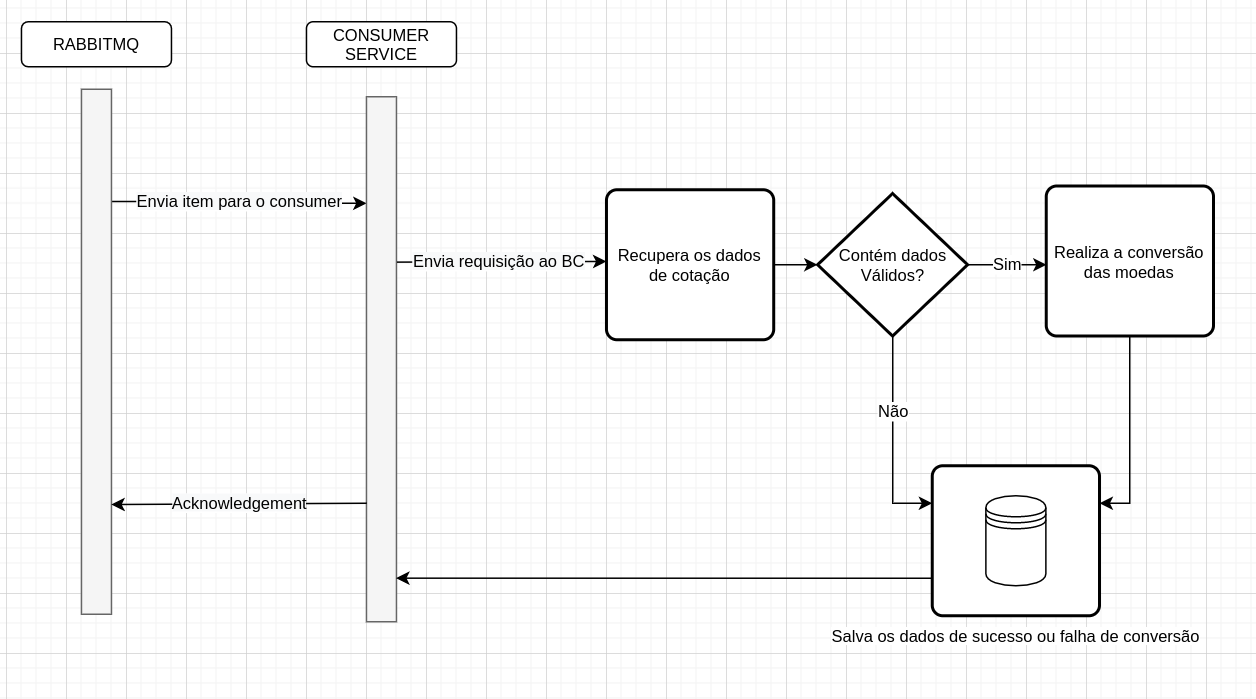
Above: documentacao/Rabbit-Consumer.png in veniciosribeiro/cortex (draw.io), before the change. Source tidied: cells renumbered, new cells last; positions are measured from the earlier drawing's top-left corner, leaving out a move shared by most shapes. The source it was exported from:
```xml
<mxGraphModel>
  <root>
    <mxCell id="0" />
    <mxCell id="1" parent="0" />
    <mxCell id="2" value="&lt;meta charset=&quot;utf-8&quot;&gt;&lt;span style=&quot;color: rgb(0, 0, 0); font-family: helvetica; font-size: 11px; font-style: normal; font-weight: 400; letter-spacing: normal; text-align: left; text-indent: 0px; text-transform: none; word-spacing: 0px; background-color: rgb(248, 249, 250); display: inline; float: none;&quot;&gt;Envia item para o consumer&lt;/span&gt;" style="edgeStyle=orthogonalEdgeStyle;rounded=0;jettySize=auto;html=1;fontSize=11;exitX=0.95;exitY=0.214;exitDx=0;exitDy=0;exitPerimeter=0;entryX=0.006;entryY=0.203;entryDx=0;entryDy=0;entryPerimeter=0;" parent="1" edge="1" source="13" target="3">
      <mxGeometry relative="1" as="geometry" />
    </mxCell>
    <mxCell id="3" style="rounded=0;whiteSpace=wrap;html=1;fillColor=#f5f5f5;strokeColor=#666666;fontColor=#333333;" parent="1" vertex="1">
      <mxGeometry x="229.8" y="50" width="20" height="350" as="geometry" />
    </mxCell>
    <mxCell id="4" value="CONSUMER SERVICE" style="rounded=1;whiteSpace=wrap;html=1;fontSize=11;" parent="1" vertex="1">
      <mxGeometry x="189.8" width="100" height="30" as="geometry" />
    </mxCell>
    <mxCell id="5" value="&lt;span style=&quot;color: rgb(0 , 0 , 0) ; font-family: &amp;#34;helvetica&amp;#34; ; font-size: 11px ; font-style: normal ; font-weight: 400 ; letter-spacing: normal ; text-align: left ; text-indent: 0px ; text-transform: none ; word-spacing: 0px ; background-color: rgb(248 , 249 , 250) ; display: inline ; float: none&quot;&gt;Envia requisição ao BC&lt;/span&gt;" style="endArrow=classic;html=1;fontSize=11;exitX=1.017;exitY=0.315;exitDx=0;exitDy=0;exitPerimeter=0;entryX=0;entryY=0.478;entryDx=0;entryDy=0;entryPerimeter=0;" parent="1" edge="1">
      <mxGeometry x="-0.03" relative="1" as="geometry">
        <mxPoint x="250.2" y="160.2" as="sourcePoint" />
        <mxPoint x="389.8" y="159.8" as="targetPoint" />
      </mxGeometry>
    </mxCell>
    <mxCell id="6" style="edgeStyle=orthogonalEdgeStyle;rounded=0;jettySize=auto;html=1;entryX=0;entryY=0.5;entryDx=0;entryDy=0;entryPerimeter=0;fontSize=11;" parent="1" edge="1" source="7" target="19">
      <mxGeometry relative="1" as="geometry" />
    </mxCell>
    <mxCell id="7" value="Recupera os dados de cotação" style="rounded=1;whiteSpace=wrap;html=1;absoluteArcSize=1;arcSize=14;strokeWidth=2;fontSize=11;align=center;" parent="1" vertex="1">
      <mxGeometry x="389.8" y="112" width="111.5" height="100" as="geometry" />
    </mxCell>
    <mxCell id="8" style="edgeStyle=orthogonalEdgeStyle;rounded=0;jettySize=auto;html=1;entryX=1;entryY=0.25;entryDx=0;entryDy=0;fontSize=11;" parent="1" edge="1" source="9" target="11">
      <mxGeometry relative="1" as="geometry" />
    </mxCell>
    <mxCell id="9" value="Realiza a conversão das moedas" style="rounded=1;whiteSpace=wrap;html=1;absoluteArcSize=1;arcSize=14;strokeWidth=2;fontSize=11;align=center;" parent="1" vertex="1">
      <mxGeometry x="683" y="109.5" width="111.5" height="100" as="geometry" />
    </mxCell>
    <mxCell id="10" style="group;" parent="1" vertex="1">
      <mxGeometry x="607" y="270" width="111.5" height="100" as="geometry" />
    </mxCell>
    <mxCell id="11" style="rounded=1;whiteSpace=wrap;html=1;absoluteArcSize=1;arcSize=14;strokeWidth=2;fontSize=11;align=center;" parent="10" vertex="1">
      <mxGeometry y="26" width="111.5" height="100" as="geometry" />
    </mxCell>
    <mxCell id="12" style="shape=datastore;labelBackgroundColor=#99CCFF;labelBorderColor=none;whiteSpace=wrap;html=1;" parent="10" vertex="1">
      <mxGeometry x="35.8" y="46" width="40" height="60" as="geometry" />
    </mxCell>
    <mxCell id="13" style="rounded=0;whiteSpace=wrap;html=1;fillColor=#f5f5f5;strokeColor=#666666;fontColor=#333333;" parent="1" vertex="1">
      <mxGeometry x="39.8" y="45" width="20" height="350" as="geometry" />
    </mxCell>
    <mxCell id="14" value="RABBITMQ" style="rounded=1;whiteSpace=wrap;html=1;fontSize=11;" parent="1" vertex="1">
      <mxGeometry x="-0.2" width="100" height="30" as="geometry" />
    </mxCell>
    <mxCell id="15" value="&lt;meta charset=&quot;utf-8&quot;&gt;&lt;span style=&quot;color: rgb(0, 0, 0); font-family: helvetica; font-size: 11px; font-style: normal; font-weight: 400; letter-spacing: normal; text-align: left; text-indent: 0px; text-transform: none; word-spacing: 0px; background-color: rgb(248, 249, 250); display: inline; float: none;&quot;&gt;Acknowledgement&lt;/span&gt;" style="endArrow=classic;html=1;fontSize=11;entryX=0.993;entryY=0.791;entryDx=0;entryDy=0;entryPerimeter=0;" parent="1" edge="1" target="13">
      <mxGeometry relative="1" as="geometry">
        <mxPoint x="230" y="321" as="sourcePoint" />
      </mxGeometry>
    </mxCell>
    <mxCell id="16" style="edgeStyle=orthogonalEdgeStyle;rounded=0;jettySize=auto;html=1;entryX=0.002;entryY=0.525;entryDx=0;entryDy=0;fontSize=11;entryPerimeter=0;" parent="1" edge="1" source="19" target="9">
      <mxGeometry relative="1" as="geometry" />
    </mxCell>
    <mxCell id="17" value="Sim" style="edgeLabel;html=1;align=center;verticalAlign=middle;fontSize=11;" parent="16" vertex="1">
      <mxGeometry x="0.05" relative="1" as="geometry">
        <mxPoint x="-1.6" as="offset" />
      </mxGeometry>
    </mxCell>
    <mxCell id="18" value="Não" style="edgeStyle=orthogonalEdgeStyle;rounded=0;jettySize=auto;html=1;entryX=0;entryY=0.25;entryDx=0;entryDy=0;fontSize=11;" parent="1" edge="1" source="19" target="11">
      <mxGeometry x="-0.27" relative="1" as="geometry" />
    </mxCell>
    <mxCell id="19" value="Contém dados Válidos?" style="strokeWidth=2;html=1;shape=mxgraph.flowchart.decision;whiteSpace=wrap;fontSize=11;" parent="1" vertex="1">
      <mxGeometry x="530.6" y="114.5" width="100" height="95" as="geometry" />
    </mxCell>
    <mxCell id="20" value="&lt;span style=&quot;font-family: helvetica; background-color: rgb(255, 255, 255);&quot;&gt;Salva os dados de sucesso ou falha de conversão&lt;/span&gt;" style="text;html=1;strokeColor=none;fillColor=none;align=center;verticalAlign=middle;whiteSpace=wrap;rounded=0;fontSize=11;" parent="1" vertex="1">
      <mxGeometry x="537.8" y="395" width="250" height="30" as="geometry" />
    </mxCell>
    <mxCell id="21" style="edgeStyle=orthogonalEdgeStyle;rounded=0;jettySize=auto;html=1;entryX=0.985;entryY=0.917;entryDx=0;entryDy=0;entryPerimeter=0;fontSize=11;exitX=0;exitY=0.75;exitDx=0;exitDy=0;" parent="1" edge="1" source="11" target="3">
      <mxGeometry relative="1" as="geometry" />
    </mxCell>
  </root>
</mxGraphModel>
```
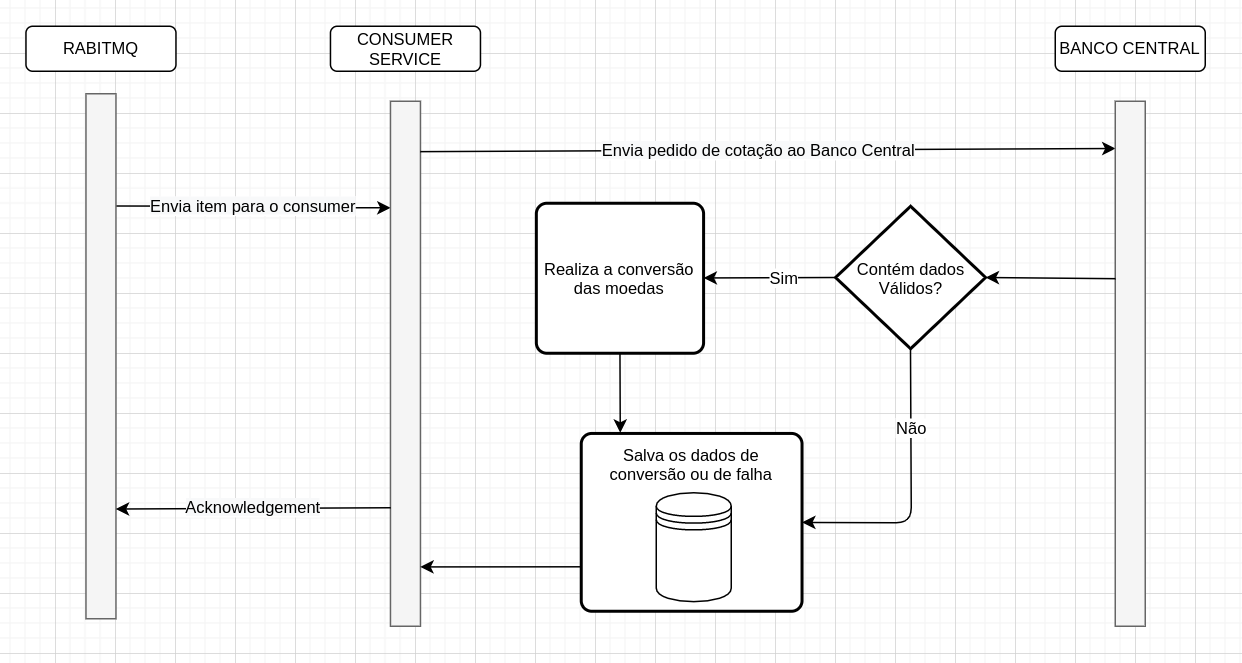
The same file after the commit.

Commit message:
Atualiza imagens de diagrama do Producer e Consumer

The edit, as a diff of the source:
```diff
@@ -2,72 +2,76 @@
   <root>
     <mxCell id="0" />
     <mxCell id="1" parent="0" />
-    <mxCell id="2" value="&lt;meta charset=&quot;utf-8&quot;&gt;&lt;span style=&quot;color: rgb(0, 0, 0); font-family: helvetica; font-size: 11px; font-style: normal; font-weight: 400; letter-spacing: normal; text-align: left; text-indent: 0px; text-transform: none; word-spacing: 0px; background-color: rgb(248, 249, 250); display: inline; float: none;&quot;&gt;Envia item para o consumer&lt;/span&gt;" style="edgeStyle=orthogonalEdgeStyle;rounded=0;jettySize=auto;html=1;fontSize=11;exitX=0.95;exitY=0.214;exitDx=0;exitDy=0;exitPerimeter=0;entryX=0.006;entryY=0.203;entryDx=0;entryDy=0;entryPerimeter=0;" parent="1" edge="1" source="13" target="3">
+    <mxCell id="2" value="&lt;meta charset=&quot;utf-8&quot;&gt;&lt;span style=&quot;color: rgb(0, 0, 0); font-family: helvetica; font-size: 11px; font-style: normal; font-weight: 400; letter-spacing: normal; text-align: left; text-indent: 0px; text-transform: none; word-spacing: 0px; background-color: rgb(248, 249, 250); display: inline; float: none;&quot;&gt;Envia item para o consumer&lt;/span&gt;" style="edgeStyle=orthogonalEdgeStyle;rounded=0;jettySize=auto;html=1;fontSize=11;exitX=0.95;exitY=0.214;exitDx=0;exitDy=0;exitPerimeter=0;entryX=0.006;entryY=0.203;entryDx=0;entryDy=0;entryPerimeter=0;" parent="1" edge="1" source="11" target="3">
       <mxGeometry relative="1" as="geometry" />
     </mxCell>
     <mxCell id="3" style="rounded=0;whiteSpace=wrap;html=1;fillColor=#f5f5f5;strokeColor=#666666;fontColor=#333333;" parent="1" vertex="1">
-      <mxGeometry x="229.8" y="50" width="20" height="350" as="geometry" />
+      <mxGeometry x="249.8" y="50" width="20" height="350" as="geometry" />
     </mxCell>
     <mxCell id="4" value="CONSUMER SERVICE" style="rounded=1;whiteSpace=wrap;html=1;fontSize=11;" parent="1" vertex="1">
-      <mxGeometry x="189.8" width="100" height="30" as="geometry" />
+      <mxGeometry x="209.8" width="100" height="30" as="geometry" />
     </mxCell>
-    <mxCell id="5" value="&lt;span style=&quot;color: rgb(0 , 0 , 0) ; font-family: &amp;#34;helvetica&amp;#34; ; font-size: 11px ; font-style: normal ; font-weight: 400 ; letter-spacing: normal ; text-align: left ; text-indent: 0px ; text-transform: none ; word-spacing: 0px ; background-color: rgb(248 , 249 , 250) ; display: inline ; float: none&quot;&gt;Envia requisição ao BC&lt;/span&gt;" style="endArrow=classic;html=1;fontSize=11;exitX=1.017;exitY=0.315;exitDx=0;exitDy=0;exitPerimeter=0;entryX=0;entryY=0.478;entryDx=0;entryDy=0;entryPerimeter=0;" parent="1" edge="1">
-      <mxGeometry x="-0.03" relative="1" as="geometry">
-        <mxPoint x="250.2" y="160.2" as="sourcePoint" />
-        <mxPoint x="389.8" y="159.8" as="targetPoint" />
-      </mxGeometry>
+    <mxCell id="5" value="&lt;span style=&quot;color: rgb(0 , 0 , 0) ; font-family: &amp;#34;helvetica&amp;#34; ; font-size: 11px ; font-style: normal ; font-weight: 400 ; letter-spacing: normal ; text-align: left ; text-indent: 0px ; text-transform: none ; word-spacing: 0px ; background-color: rgb(248 , 249 , 250) ; display: inline ; float: none&quot;&gt;Envia pedido de cotação ao Banco Central&lt;/span&gt;" style="endArrow=classic;html=1;fontSize=11;exitX=0.993;exitY=0.096;exitDx=0;exitDy=0;exitPerimeter=0;entryX=0.011;entryY=0.09;entryDx=0;entryDy=0;entryPerimeter=0;" parent="1" edge="1" source="3" target="15">
+      <mxGeometry x="-0.03" relative="1" as="geometry" />
     </mxCell>
-    <mxCell id="6" style="edgeStyle=orthogonalEdgeStyle;rounded=0;jettySize=auto;html=1;entryX=0;entryY=0.5;entryDx=0;entryDy=0;entryPerimeter=0;fontSize=11;" parent="1" edge="1" source="7" target="19">
-      <mxGeometry relative="1" as="geometry" />
+    <mxCell id="6" value="Realiza a conversão das moedas" style="rounded=1;whiteSpace=wrap;html=1;absoluteArcSize=1;arcSize=14;strokeWidth=2;fontSize=11;align=center;" parent="1" vertex="1">
+      <mxGeometry x="347.1" y="118" width="111.5" height="100" as="geometry" />
     </mxCell>
-    <mxCell id="7" value="Recupera os dados de cotação" style="rounded=1;whiteSpace=wrap;html=1;absoluteArcSize=1;arcSize=14;strokeWidth=2;fontSize=11;align=center;" parent="1" vertex="1">
-      <mxGeometry x="389.8" y="112" width="111.5" height="100" as="geometry" />
+    <mxCell id="7" style="group;" parent="1" vertex="1">
+      <mxGeometry x="397" y="240" width="166" height="150" as="geometry" />
     </mxCell>
-    <mxCell id="8" style="edgeStyle=orthogonalEdgeStyle;rounded=0;jettySize=auto;html=1;entryX=1;entryY=0.25;entryDx=0;entryDy=0;fontSize=11;" parent="1" edge="1" source="9" target="11">
-      <mxGeometry relative="1" as="geometry" />
+    <mxCell id="8" style="rounded=1;whiteSpace=wrap;html=1;absoluteArcSize=1;arcSize=14;strokeWidth=2;fontSize=11;align=center;" parent="7" vertex="1">
+      <mxGeometry x="-20" y="31.5" width="147.2" height="118.5" as="geometry" />
     </mxCell>
-    <mxCell id="9" value="Realiza a conversão das moedas" style="rounded=1;whiteSpace=wrap;html=1;absoluteArcSize=1;arcSize=14;strokeWidth=2;fontSize=11;align=center;" parent="1" vertex="1">
-      <mxGeometry x="683" y="109.5" width="111.5" height="100" as="geometry" />
+    <mxCell id="9" style="shape=datastore;labelBackgroundColor=#99CCFF;labelBorderColor=none;whiteSpace=wrap;html=1;" parent="7" vertex="1">
+      <mxGeometry x="30" y="71" width="50" height="72.6" as="geometry" />
     </mxCell>
-    <mxCell id="10" style="group;" parent="1" vertex="1">
-      <mxGeometry x="607" y="270" width="111.5" height="100" as="geometry" />
+    <mxCell id="10" value="&lt;span style=&quot;font-family: &amp;#34;helvetica&amp;#34; ; background-color: rgb(255 , 255 , 255)&quot;&gt;Salva os dados de conversão ou de falha&lt;/span&gt;" style="text;html=1;strokeColor=none;fillColor=none;align=center;verticalAlign=middle;whiteSpace=wrap;rounded=0;fontSize=11;" parent="7" vertex="1">
+      <mxGeometry x="-15.8" y="37" width="138.8" height="30" as="geometry" />
     </mxCell>
-    <mxCell id="11" style="rounded=1;whiteSpace=wrap;html=1;absoluteArcSize=1;arcSize=14;strokeWidth=2;fontSize=11;align=center;" parent="10" vertex="1">
-      <mxGeometry y="26" width="111.5" height="100" as="geometry" />
+    <mxCell id="11" style="rounded=0;whiteSpace=wrap;html=1;fillColor=#f5f5f5;strokeColor=#666666;fontColor=#333333;" parent="1" vertex="1">
+      <mxGeometry x="46.8" y="45" width="20" height="350" as="geometry" />
     </mxCell>
-    <mxCell id="12" style="shape=datastore;labelBackgroundColor=#99CCFF;labelBorderColor=none;whiteSpace=wrap;html=1;" parent="10" vertex="1">
-      <mxGeometry x="35.8" y="46" width="40" height="60" as="geometry" />
+    <mxCell id="12" value="RABITMQ" style="rounded=1;whiteSpace=wrap;html=1;fontSize=11;" parent="1" vertex="1">
+      <mxGeometry x="6.8" width="100" height="30" as="geometry" />
     </mxCell>
-    <mxCell id="13" style="rounded=0;whiteSpace=wrap;html=1;fillColor=#f5f5f5;strokeColor=#666666;fontColor=#333333;" parent="1" vertex="1">
-      <mxGeometry x="39.8" y="45" width="20" height="350" as="geometry" />
+    <mxCell id="13" value="&lt;meta charset=&quot;utf-8&quot;&gt;&lt;span style=&quot;color: rgb(0, 0, 0); font-family: helvetica; font-size: 11px; font-style: normal; font-weight: 400; letter-spacing: normal; text-align: left; text-indent: 0px; text-transform: none; word-spacing: 0px; background-color: rgb(248, 249, 250); display: inline; float: none;&quot;&gt;Acknowledgement&lt;/span&gt;" style="endArrow=classic;html=1;fontSize=11;entryX=0.993;entryY=0.791;entryDx=0;entryDy=0;entryPerimeter=0;" parent="1" edge="1" target="11">
+      <mxGeometry relative="1" as="geometry">
+        <mxPoint x="250" y="321" as="sourcePoint" />
+      </mxGeometry>
     </mxCell>
-    <mxCell id="14" value="RABBITMQ" style="rounded=1;whiteSpace=wrap;html=1;fontSize=11;" parent="1" vertex="1">
-      <mxGeometry x="-0.2" width="100" height="30" as="geometry" />
+    <mxCell id="14" value="Contém dados Válidos?" style="strokeWidth=2;html=1;shape=mxgraph.flowchart.decision;whiteSpace=wrap;fontSize=11;" parent="1" vertex="1">
+      <mxGeometry x="546.6" y="120" width="100" height="95" as="geometry" />
     </mxCell>
-    <mxCell id="15" value="&lt;meta charset=&quot;utf-8&quot;&gt;&lt;span style=&quot;color: rgb(0, 0, 0); font-family: helvetica; font-size: 11px; font-style: normal; font-weight: 400; letter-spacing: normal; text-align: left; text-indent: 0px; text-transform: none; word-spacing: 0px; background-color: rgb(248, 249, 250); display: inline; float: none;&quot;&gt;Acknowledgement&lt;/span&gt;" style="endArrow=classic;html=1;fontSize=11;entryX=0.993;entryY=0.791;entryDx=0;entryDy=0;entryPerimeter=0;" parent="1" edge="1" target="13">
-      <mxGeometry relative="1" as="geometry">
-        <mxPoint x="230" y="321" as="sourcePoint" />
-      </mxGeometry>
+    <mxCell id="15" style="rounded=0;whiteSpace=wrap;html=1;fillColor=#f5f5f5;strokeColor=#666666;fontColor=#333333;" parent="1" vertex="1">
+      <mxGeometry x="733" y="50" width="20" height="350" as="geometry" />
     </mxCell>
-    <mxCell id="16" style="edgeStyle=orthogonalEdgeStyle;rounded=0;jettySize=auto;html=1;entryX=0.002;entryY=0.525;entryDx=0;entryDy=0;fontSize=11;entryPerimeter=0;" parent="1" edge="1" source="19" target="9">
-      <mxGeometry relative="1" as="geometry" />
+    <mxCell id="16" value="BANCO CENTRAL" style="rounded=1;whiteSpace=wrap;html=1;fontSize=11;" parent="1" vertex="1">
+      <mxGeometry x="693" width="100" height="30" as="geometry" />
     </mxCell>
-    <mxCell id="17" value="Sim" style="edgeLabel;html=1;align=center;verticalAlign=middle;fontSize=11;" parent="16" vertex="1">
-      <mxGeometry x="0.05" relative="1" as="geometry">
-        <mxPoint x="-1.6" as="offset" />
-      </mxGeometry>
+    <mxCell id="17" style="endArrow=classic;html=1;entryX=1;entryY=0.5;entryDx=0;entryDy=0;entryPerimeter=0;exitX=0.008;exitY=0.338;exitDx=0;exitDy=0;exitPerimeter=0;" parent="1" edge="1" source="15" target="14">
+      <mxGeometry relative="1" as="geometry" />
     </mxCell>
-    <mxCell id="18" value="Não" style="edgeStyle=orthogonalEdgeStyle;rounded=0;jettySize=auto;html=1;entryX=0;entryY=0.25;entryDx=0;entryDy=0;fontSize=11;" parent="1" edge="1" source="19" target="11">
-      <mxGeometry x="-0.27" relative="1" as="geometry" />
+    <mxCell id="18" style="endArrow=classic;html=1;exitX=0;exitY=0.5;exitDx=0;exitDy=0;exitPerimeter=0;" parent="1" edge="1" source="14" target="6">
+      <mxGeometry relative="1" as="geometry" />
     </mxCell>
-    <mxCell id="19" value="Contém dados Válidos?" style="strokeWidth=2;html=1;shape=mxgraph.flowchart.decision;whiteSpace=wrap;fontSize=11;" parent="1" vertex="1">
-      <mxGeometry x="530.6" y="114.5" width="100" height="95" as="geometry" />
+    <mxCell id="19" value="Sim" style="edgeLabel;html=1;align=center;verticalAlign=middle;points=[];" parent="18" vertex="1">
+      <mxGeometry x="-0.2" relative="1" as="geometry" />
     </mxCell>
-    <mxCell id="20" value="&lt;span style=&quot;font-family: helvetica; background-color: rgb(255, 255, 255);&quot;&gt;Salva os dados de sucesso ou falha de conversão&lt;/span&gt;" style="text;html=1;strokeColor=none;fillColor=none;align=center;verticalAlign=middle;whiteSpace=wrap;rounded=0;fontSize=11;" parent="1" vertex="1">
-      <mxGeometry x="537.8" y="395" width="250" height="30" as="geometry" />
+    <mxCell id="20" value="Não" style="endArrow=classic;html=1;exitX=0.5;exitY=1;exitDx=0;exitDy=0;exitPerimeter=0;entryX=1;entryY=0.5;entryDx=0;entryDy=0;" parent="1" edge="1" source="14" target="8">
+      <mxGeometry x="-0.44" relative="1" as="geometry">
+        <Array as="points">
+          <mxPoint x="597" y="331" />
+        </Array>
+      </mxGeometry>
     </mxCell>
-    <mxCell id="21" style="edgeStyle=orthogonalEdgeStyle;rounded=0;jettySize=auto;html=1;entryX=0.985;entryY=0.917;entryDx=0;entryDy=0;entryPerimeter=0;fontSize=11;exitX=0;exitY=0.75;exitDx=0;exitDy=0;" parent="1" edge="1" source="11" target="3">
-      <mxGeometry relative="1" as="geometry" />
+    <mxCell id="21" style="endArrow=classic;html=1;exitX=0.5;exitY=1;exitDx=0;exitDy=0;" parent="1" edge="1" source="6">
+      <mxGeometry relative="1" as="geometry">
+        <mxPoint x="403" y="271" as="targetPoint" />
+      </mxGeometry>
     </mxCell>
+    <mxCell id="22" style="endArrow=classic;html=1;exitX=0;exitY=0.75;exitDx=0;exitDy=0;entryX=0.992;entryY=0.887;entryDx=0;entryDy=0;entryPerimeter=0;" parent="1" edge="1" source="8" target="3">
+      <mxGeometry relative="1" as="geometry" />
+    </mxCell>
   </root>
 </mxGraphModel>
```
